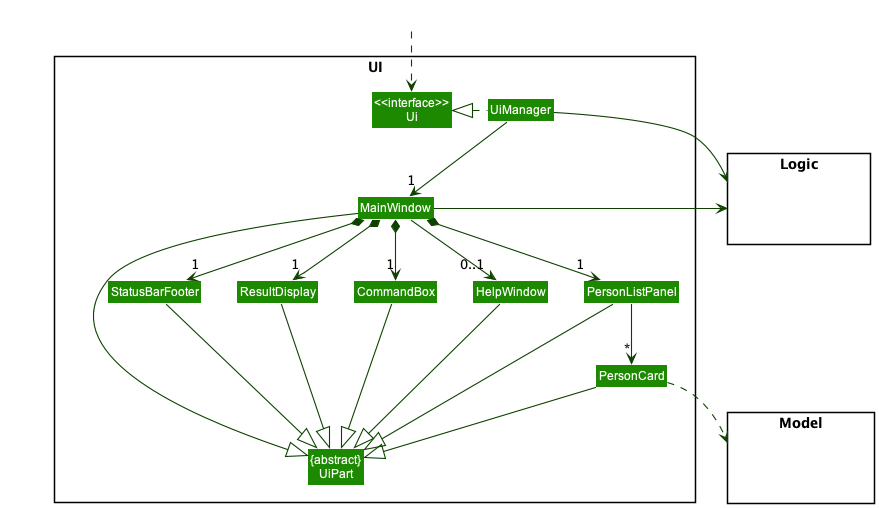
Earlier version of the PlantUML export docs/images/UiClassDiagram.png (nus-cs2103-AY2223S2/tp).
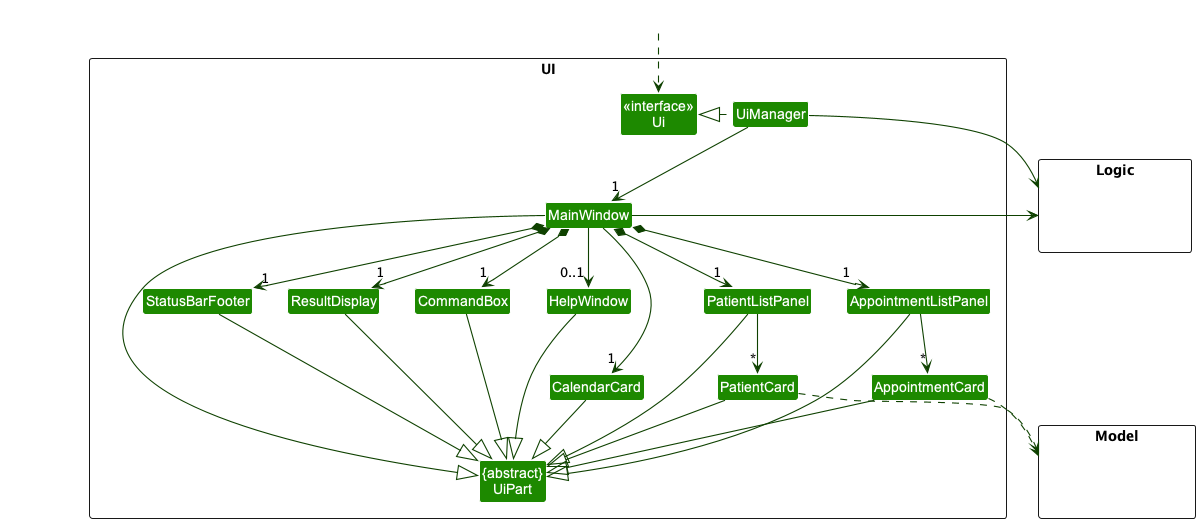
After the commit.

Commit message:
Update Developer Guide and UI class diagram

What changed in the source:
```diff
@@ -11,10 +11,13 @@
 Class MainWindow
 Class HelpWindow
 Class ResultDisplay
-Class PersonListPanel
-Class PersonCard
+Class PatientListPanel
+Class PatientCard
+Class AppointmentListPanel
 Class StatusBarFooter
 Class CommandBox
+Class AppointmentCard
+Class CalendarCard
 }
 
 package Model <<Rectangle>> {
@@ -32,26 +35,30 @@
 UiManager -down-> "1" MainWindow
 MainWindow *-down->  "1" CommandBox
 MainWindow *-down-> "1" ResultDisplay
-MainWindow *-down-> "1" PersonListPanel
+MainWindow *-down-> "1" PatientListPanel
+MainWindow *-down-> "1" AppointmentListPanel
 MainWindow *-down-> "1" StatusBarFooter
 MainWindow --> "0..1" HelpWindow
-
-PersonListPanel -down-> "*" PersonCard
-
+MainWindow --> "1" CalendarCard
+PatientListPanel -down-> "*" PatientCard
+AppointmentListPanel -down-> "*" AppointmentCard
 MainWindow -left-|> UiPart
-
+CalendarCard --|> UiPart
+AppointmentCard --|> UiPart
 ResultDisplay --|> UiPart
 CommandBox --|> UiPart
-PersonListPanel --|> UiPart
-PersonCard --|> UiPart
+PatientListPanel --|> UiPart
+AppointmentListPanel --|> UiPart
+PatientCard --|> UiPart
 StatusBarFooter --|> UiPart
 HelpWindow --|> UiPart
 
-PersonCard ..> Model
+AppointmentCard ..down> Model
+PatientCard ..right> Model
 UiManager -right-> Logic
 MainWindow -left-> Logic
 
-PersonListPanel -[hidden]left- HelpWindow
+PatientListPanel -[hidden]left- HelpWindow
 HelpWindow -[hidden]left- CommandBox
 CommandBox -[hidden]left- ResultDisplay
 ResultDisplay -[hidden]left- StatusBarFooter
```
